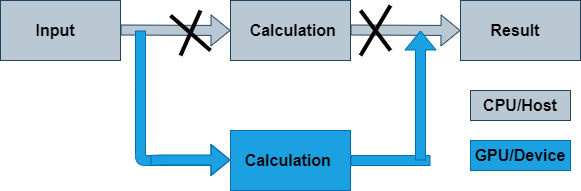
Above: content/img/parallel_openacc.png in ENCCS/OpenACC-CUDA-beginners (draw.io), before the change. Source tidied: cells renumbered, new cells last; positions are measured from the earlier drawing's top-left corner, leaving out a move shared by most shapes.
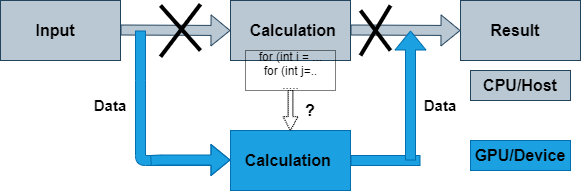
After the commit.

What changed in the source:
```diff
@@ -40,13 +40,13 @@
     </mxCell>
     <mxCell id="12" style="endArrow=none;html=1;shadow=0;labelBackgroundColor=#000000;fontSize=16;strokeColor=#006EAF;exitX=1;exitY=0.5;exitDx=0;exitDy=0;shape=flexArrow;fillColor=#1ba1e2;" parent="1" edge="1" source="10">
       <mxGeometry relative="1" as="geometry">
-        <mxPoint x="430" y="160" as="targetPoint" />
+        <mxPoint x="420" y="160" as="targetPoint" />
       </mxGeometry>
     </mxCell>
     <mxCell id="13" style="shape=flexArrow;endArrow=classic;html=1;shadow=0;labelBackgroundColor=#000000;fontSize=16;strokeColor=#006EAF;fillColor=#1ba1e2;" parent="1" edge="1">
       <mxGeometry relative="1" as="geometry">
-        <mxPoint x="420" y="160" as="sourcePoint" />
-        <mxPoint x="420" y="30" as="targetPoint" />
+        <mxPoint x="410" y="160" as="sourcePoint" />
+        <mxPoint x="410" y="30" as="targetPoint" />
       </mxGeometry>
     </mxCell>
     <mxCell id="14" style="endArrow=none;html=1;shadow=0;labelBackgroundColor=#000000;fontSize=16;strokeColor=#000000;fillColor=#ffffff;strokeWidth=4;" parent="1" edge="1">
@@ -57,14 +57,14 @@
     </mxCell>
     <mxCell id="15" style="endArrow=none;html=1;shadow=0;labelBackgroundColor=#000000;fontSize=16;strokeColor=#000000;fillColor=#ffffff;strokeWidth=4;" parent="1" edge="1">
       <mxGeometry relative="1" as="geometry">
-        <mxPoint x="180" y="55" as="sourcePoint" />
-        <mxPoint x="200" y="10" as="targetPoint" />
+        <mxPoint x="160" y="56.2" as="sourcePoint" />
+        <mxPoint x="200" y="3.8" as="targetPoint" />
       </mxGeometry>
     </mxCell>
     <mxCell id="16" style="endArrow=none;html=1;shadow=0;labelBackgroundColor=#000000;fontSize=16;strokeColor=#000000;fillColor=#ffffff;strokeWidth=4;" parent="1" edge="1">
       <mxGeometry relative="1" as="geometry">
-        <mxPoint x="210" y="50" as="sourcePoint" />
-        <mxPoint x="170" y="15" as="targetPoint" />
+        <mxPoint x="200" y="50" as="sourcePoint" />
+        <mxPoint x="160" y="5" as="targetPoint" />
       </mxGeometry>
     </mxCell>
     <mxCell id="17" style="endArrow=none;html=1;shadow=0;labelBackgroundColor=#000000;fontSize=16;strokeColor=#000000;fillColor=#ffffff;strokeWidth=4;" parent="1" edge="1">
@@ -99,10 +99,28 @@
       <mxGeometry x="485" y="140" width="70" height="30" as="geometry" />
     </mxCell>
     <mxCell id="22" style="rounded=0;whiteSpace=wrap;html=1;fillColor=#bac8d3;strokeColor=#23445d;" parent="1" vertex="1">
-      <mxGeometry x="470" y="90" width="100" height="30" as="geometry" />
+      <mxGeometry x="470" y="70" width="100" height="30" as="geometry" />
     </mxCell>
     <mxCell id="23" value="&lt;b&gt;CPU/Host&lt;/b&gt;" style="text;html=1;strokeColor=none;fillColor=none;align=center;verticalAlign=middle;whiteSpace=wrap;rounded=0;fontSize=16;" parent="1" vertex="1">
-      <mxGeometry x="500" y="95" width="40" height="20" as="geometry" />
+      <mxGeometry x="500" y="75" width="40" height="20" as="geometry" />
     </mxCell>
+    <mxCell id="24" value="&lt;font style=&quot;font-size: 15px&quot;&gt;&lt;b&gt;Data&lt;/b&gt;&lt;/font&gt;" style="text;html=1;strokeColor=none;fillColor=none;align=center;verticalAlign=middle;whiteSpace=wrap;rounded=0;" parent="1" vertex="1">
+      <mxGeometry x="420" y="95" width="40" height="20" as="geometry" />
+    </mxCell>
+    <mxCell id="25" value="&lt;font style=&quot;font-size: 15px&quot;&gt;&lt;b&gt;Data&lt;/b&gt;&lt;/font&gt;" style="text;html=1;strokeColor=none;fillColor=none;align=center;verticalAlign=middle;whiteSpace=wrap;rounded=0;" parent="1" vertex="1">
+      <mxGeometry x="90" y="95" width="40" height="20" as="geometry" />
+    </mxCell>
+    <mxCell id="26" value="for (int i = ...&lt;br&gt;for (int j=..&lt;br&gt;....." style="text;html=1;strokeColor=none;fillColor=none;align=center;verticalAlign=middle;whiteSpace=wrap;rounded=0;" parent="1" vertex="1">
+      <mxGeometry x="242.5" y="60" width="95" height="20" as="geometry" />
+    </mxCell>
+    <mxCell id="27" style="rounded=0;whiteSpace=wrap;html=1;fillColor=none;dashed=1;dashPattern=1 1;" parent="1" vertex="1">
+      <mxGeometry x="245" y="50" width="90" height="40" as="geometry" />
+    </mxCell>
+    <mxCell id="28" value="&lt;font style=&quot;font-size: 16px&quot;&gt;&lt;b&gt;?&lt;/b&gt;&lt;/font&gt;" style="text;html=1;strokeColor=none;fillColor=none;align=center;verticalAlign=middle;whiteSpace=wrap;rounded=0;dashed=1;" parent="1" vertex="1">
+      <mxGeometry x="290" y="100" width="40" height="20" as="geometry" />
+    </mxCell>
+    <mxCell id="29" style="html=1;shadow=0;dashed=1;align=center;verticalAlign=middle;shape=mxgraph.arrows2.arrow;dy=0.69;dx=13.9;direction=south;notch=0;fillColor=none;dashPattern=1 1;" parent="1" vertex="1">
+      <mxGeometry x="282.5" y="90" width="15" height="40" as="geometry" />
+    </mxCell>
   </root>
 </mxGraphModel>
```
